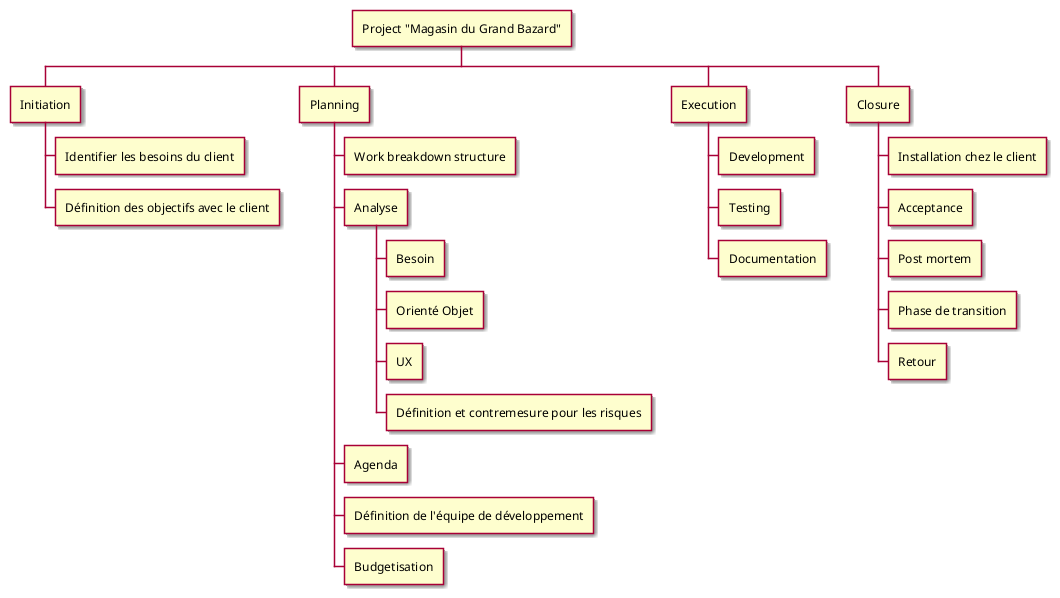
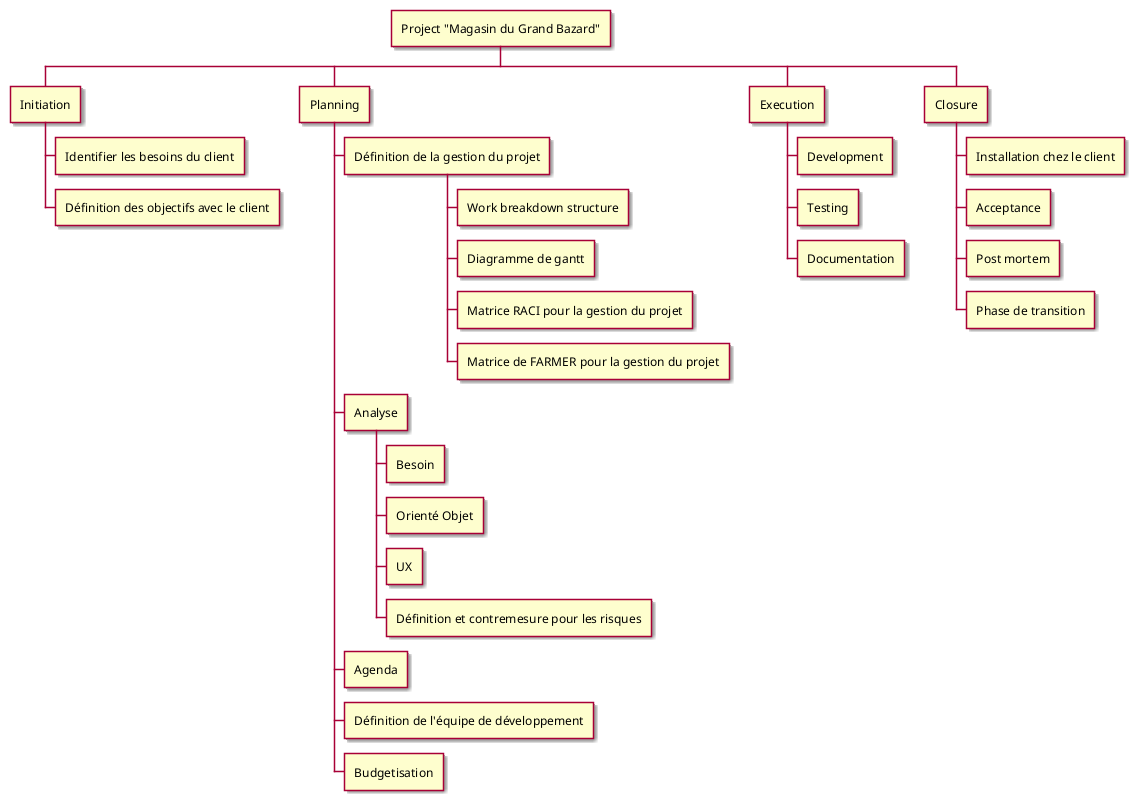
@startwbs
skin rose

* Project "Magasin du Grand Bazard"
** Initiation
*** Identifier les besoins du client
*** Définition des objectifs avec le client
** Planning
- *** Work breakdown structure
+ *** Définition de la gestion du projet
+ **** Work breakdown structure
+ **** Diagramme de gantt
+ **** Matrice RACI pour la gestion du projet
+ **** Matrice de FARMER pour la gestion du projet
*** Analyse
**** Besoin
**** Orienté Objet
**** UX
**** Définition et contremesure pour les risques
*** Agenda
*** Définition de l'équipe de développement
*** Budgetisation
** Execution
*** Development
*** Testing
*** Documentation
** Closure
*** Installation chez le client
*** Acceptance
*** Post mortem
*** Phase de transition
- *** Retour
+ 
@endwbs
